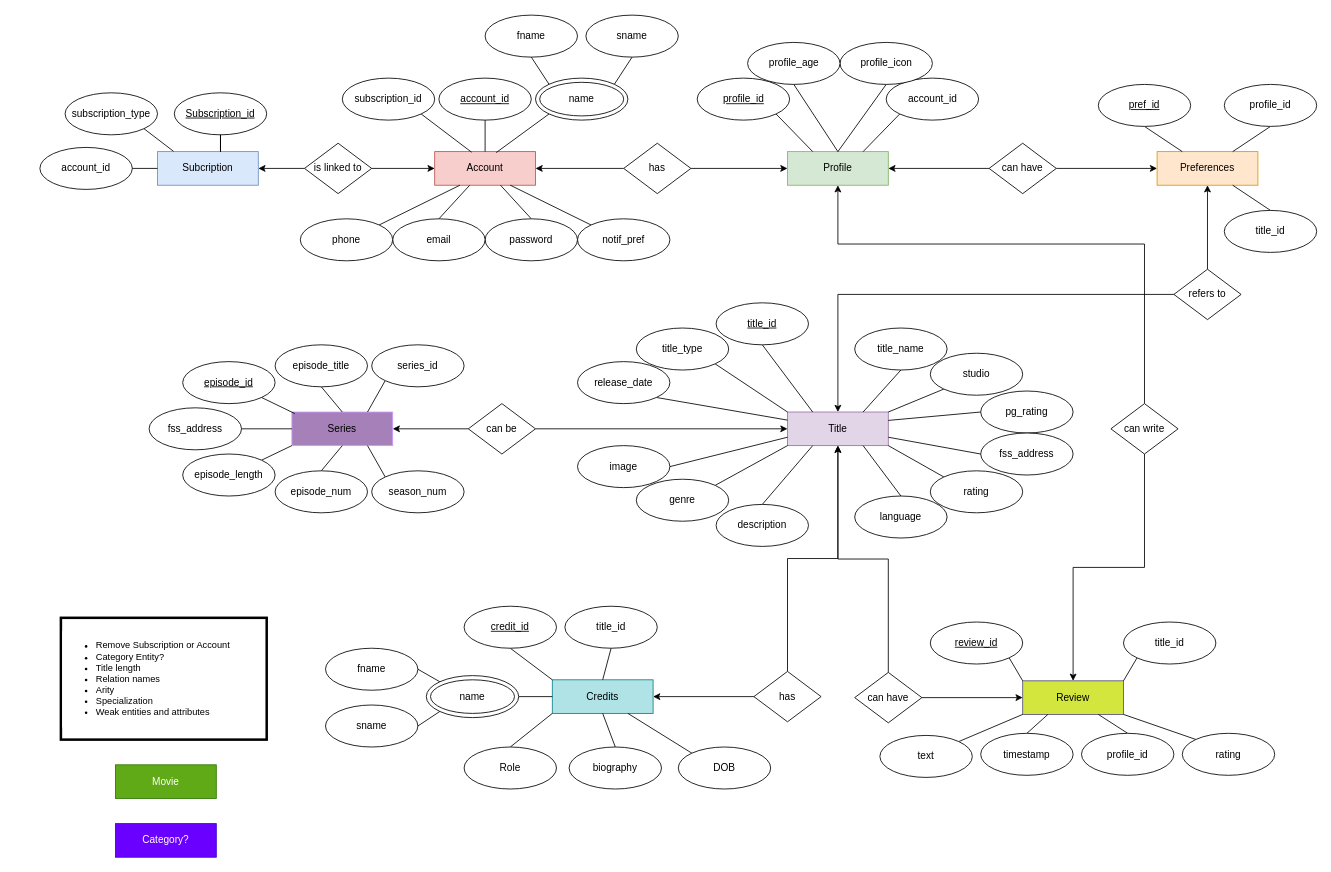
Earlier version of the draw.io diagram (E)ER/EER.drawio (DJRamsay/COS221-Hoop). Source tidied: cells renumbered, new cells numbered last; positions are measured from the earlier drawing's top-left corner, leaving out a move shared by most shapes. Both pictures are drawn from the tidied source at 84%, with x=0, y=0 at pixel (39, 15).
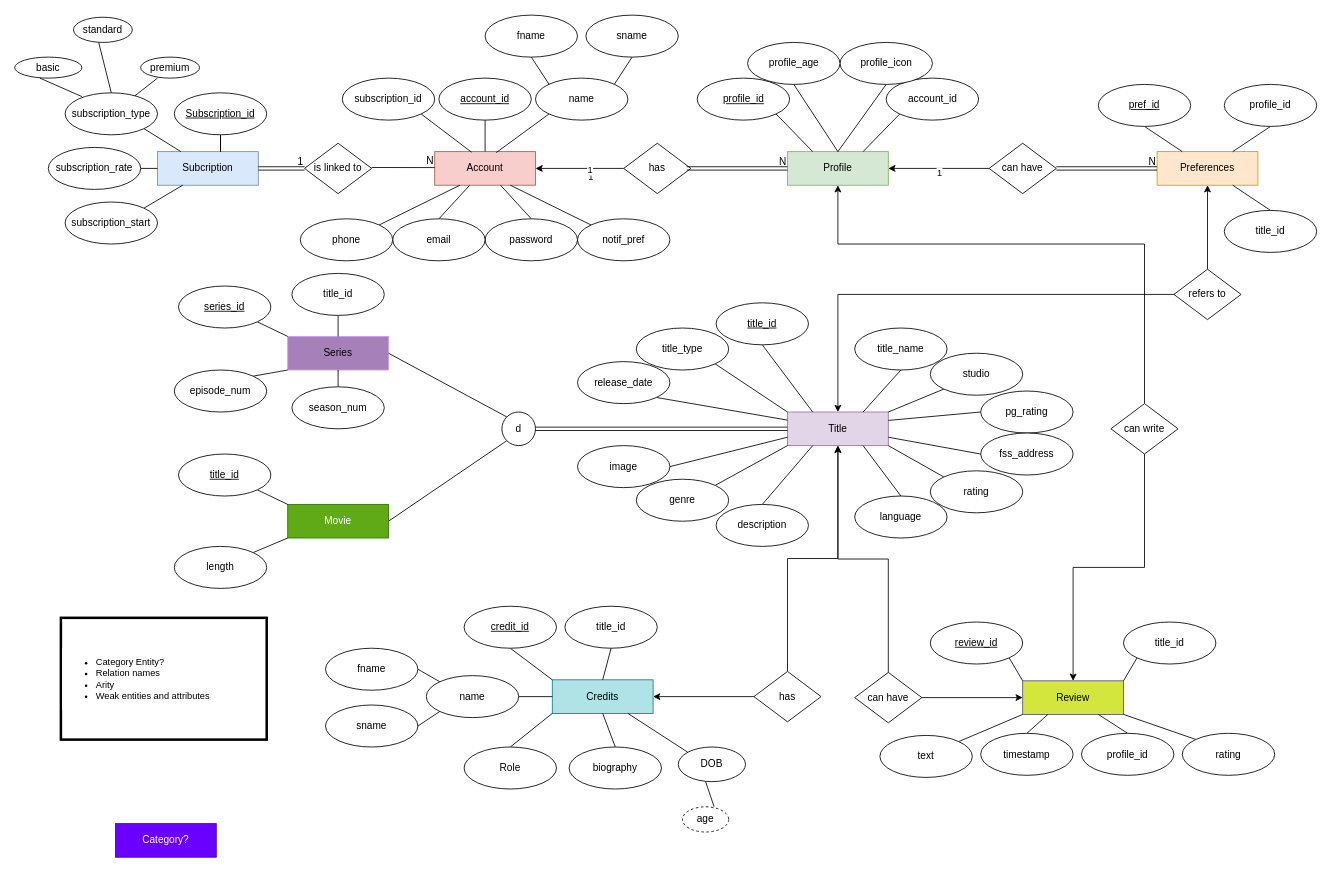
The same page after the edit.

The change refers to these unchanged cells:
```xml
<mxCell id="2" value="Subcription" style="rounded=0;whiteSpace=wrap;html=1;fillColor=#dae8fc;strokeColor=#6c8ebf;" parent="1" vertex="1">
  <mxGeometry x="140" y="162" width="120" height="40" as="geometry" />
</mxCell>
<mxCell id="3" value="Account" style="rounded=0;whiteSpace=wrap;html=1;fillColor=#f8cecc;strokeColor=#b85450;" parent="1" vertex="1">
  <mxGeometry x="470" y="162" width="120" height="40" as="geometry" />
</mxCell>
<mxCell id="4" value="Profile" style="whiteSpace=wrap;html=1;fillColor=#d5e8d4;strokeColor=#82b366;" parent="1" vertex="1">
  <mxGeometry x="890" y="162" width="120" height="40" as="geometry" />
</mxCell>
<mxCell id="5" value="Preferences" style="whiteSpace=wrap;html=1;fillColor=#ffe6cc;strokeColor=#d79b00;" parent="1" vertex="1">
  <mxGeometry x="1330" y="162" width="120" height="40" as="geometry" />
</mxCell>
<mxCell id="6" value="Title" style="whiteSpace=wrap;html=1;fillColor=#e1d5e7;strokeColor=#9673a6;" parent="1" vertex="1">
  <mxGeometry x="890" y="472" width="120" height="40" as="geometry" />
</mxCell>
<mxCell id="11" value="subscription_type" style="ellipse;whiteSpace=wrap;html=1;" parent="1" vertex="1">
  <mxGeometry x="30" y="92" width="110" height="50" as="geometry" />
</mxCell>
<mxCell id="99" value="is linked to" style="rhombus;whiteSpace=wrap;html=1;" parent="1" vertex="1">
  <mxGeometry x="315" y="152" width="80" height="60" as="geometry" />
</mxCell>
<mxCell id="100" style="edgeStyle=orthogonalEdgeStyle;rounded=0;jettySize=auto;html=1;" parent="1" edge="1" source="102" target="3">
  <mxGeometry relative="1" as="geometry" />
</mxCell>
<mxCell id="102" value="has" style="rhombus;whiteSpace=wrap;html=1;" parent="1" vertex="1">
  <mxGeometry x="695" y="152" width="80" height="60" as="geometry" />
</mxCell>
<mxCell id="104" style="edgeStyle=orthogonalEdgeStyle;rounded=0;jettySize=auto;html=1;" parent="1" edge="1" source="105" target="4">
  <mxGeometry relative="1" as="geometry" />
</mxCell>
<mxCell id="105" value="can have" style="rhombus;whiteSpace=wrap;html=1;" parent="1" vertex="1">
  <mxGeometry x="1130" y="152" width="80" height="60" as="geometry" />
</mxCell>
```

What changed in the source:
```diff
@@
+    <mxCell id="143" style="edgeStyle=none;rounded=0;jettySize=auto;html=1;exitX=1;exitY=0.5;exitDx=0;exitDy=0;entryX=0;entryY=1;entryDx=0;entryDy=0;strokeColor=default;align=center;verticalAlign=middle;fontFamily=Helvetica;fontSize=11;fontColor=default;labelBackgroundColor=default;endArrow=none;endFill=0;" parent="1" edge="1" source="7" target="149">
+      <mxGeometry relative="1" as="geometry" />
+    </mxCell>
     <mxCell id="7" value="Movie" style="whiteSpace=wrap;html=1;fillColor=#60a917;strokeColor=#2D7600;fontColor=#ffffff;" parent="1" vertex="1">
-      <mxGeometry x="90" y="892" width="120" height="40" as="geometry" />
+      <mxGeometry x="295" y="582" width="120" height="40" as="geometry" />
     </mxCell>
     <mxCell id="8" value="Series" style="whiteSpace=wrap;html=1;fillColor=#A680B8;strokeColor=#CC99FF;" parent="1" vertex="1">
-      <mxGeometry x="300" y="472" width="120" height="40" as="geometry" />
+      <mxGeometry x="295" y="382" width="120" height="40" as="geometry" />
     </mxCell>
@@
-    <mxCell id="10" value="account_id" style="ellipse;whiteSpace=wrap;html=1;" parent="1" vertex="1">
-      <mxGeometry y="157" width="110" height="50" as="geometry" />
-    </mxCell>
+    <mxCell id="137" style="edgeStyle=none;rounded=0;jettySize=auto;html=1;exitX=1;exitY=1;exitDx=0;exitDy=0;strokeColor=default;align=center;verticalAlign=middle;fontFamily=Helvetica;fontSize=11;fontColor=default;labelBackgroundColor=default;endArrow=none;endFill=0;" parent="1" edge="1" source="11" target="2">
+      <mxGeometry relative="1" as="geometry" />
+    </mxCell>
@@
-    <mxCell id="14" style="ellipse;whiteSpace=wrap;html=1;" parent="1" vertex="1">
+    <mxCell id="14" value="name" style="ellipse;whiteSpace=wrap;html=1;" parent="1" vertex="1">
       <mxGeometry x="590" y="74.5" width="110" height="50" as="geometry" />
     </mxCell>
-    <mxCell id="15" value="name" style="ellipse;whiteSpace=wrap;html=1;" parent="1" vertex="1">
-      <mxGeometry x="595" y="79.5" width="100" height="40" as="geometry" />
-    </mxCell>
@@
     <mxCell id="75" value="DOB" style="ellipse;whiteSpace=wrap;html=1;" parent="1" vertex="1">
-      <mxGeometry x="760" y="870.8" width="110" height="50" as="geometry" />
+      <mxGeometry x="760" y="870.8" width="80" height="41.2" as="geometry" />
     </mxCell>
@@
-    <mxCell id="77" style="ellipse;whiteSpace=wrap;html=1;" parent="1" vertex="1">
+    <mxCell id="77" value="name" style="ellipse;whiteSpace=wrap;html=1;" parent="1" vertex="1">
       <mxGeometry x="460" y="785.8" width="110" height="50" as="geometry" />
     </mxCell>
-    <mxCell id="78" value="name" style="ellipse;whiteSpace=wrap;html=1;" parent="1" vertex="1">
-      <mxGeometry x="465" y="790.8" width="100" height="40" as="geometry" />
-    </mxCell>
@@
-    <mxCell id="97" style="edgeStyle=orthogonalEdgeStyle;rounded=0;jettySize=auto;html=1;" parent="1" edge="1" source="99" target="3">
-      <mxGeometry relative="1" as="geometry" />
-    </mxCell>
-    <mxCell id="98" style="edgeStyle=orthogonalEdgeStyle;rounded=0;jettySize=auto;html=1;" parent="1" edge="1" source="99" target="2">
-      <mxGeometry relative="1" as="geometry" />
-    </mxCell>
@@
-    <mxCell id="101" style="edgeStyle=orthogonalEdgeStyle;rounded=0;jettySize=auto;html=1;" parent="1" edge="1" source="102" target="4">
-      <mxGeometry relative="1" as="geometry" />
-    </mxCell>
+    <mxCell id="144" value="1" style="edgeLabel;html=1;align=center;verticalAlign=middle;" parent="100" vertex="1">
+      <mxGeometry x="-0.24" y="9" relative="1" as="geometry" />
+    </mxCell>
+    <mxCell id="145" value="1" style="edgeLabel;html=1;align=center;verticalAlign=middle;" parent="100" vertex="1">
+      <mxGeometry x="-0.21" y="1" relative="1" as="geometry" />
+    </mxCell>
@@
-    <mxCell id="103" style="edgeStyle=orthogonalEdgeStyle;rounded=0;jettySize=auto;html=1;" parent="1" edge="1" source="105" target="5">
-      <mxGeometry relative="1" as="geometry" />
-    </mxCell>
@@
+    <mxCell id="146" value="1" style="edgeLabel;html=1;align=center;verticalAlign=middle;" parent="104" vertex="1">
+      <mxGeometry x="-0.02" y="5" relative="1" as="geometry">
+        <mxPoint x="-1" as="offset" />
+      </mxGeometry>
+    </mxCell>
@@
-    <mxCell id="115" style="edgeStyle=orthogonalEdgeStyle;rounded=0;jettySize=auto;html=1;entryX=0;entryY=0.5;entryDx=0;entryDy=0;" parent="1" edge="1" source="117" target="6">
-      <mxGeometry relative="1" as="geometry" />
-    </mxCell>
-    <mxCell id="116" style="edgeStyle=orthogonalEdgeStyle;rounded=0;jettySize=auto;html=1;" parent="1" edge="1" source="117" target="8">
-      <mxGeometry relative="1" as="geometry" />
-    </mxCell>
-    <mxCell id="117" value="can be" style="rhombus;whiteSpace=wrap;html=1;" parent="1" vertex="1">
-      <mxGeometry x="510" y="462" width="80" height="60" as="geometry" />
-    </mxCell>
-    <mxCell id="118" style="edgeStyle=none;rounded=0;jettySize=auto;html=1;exitX=0.5;exitY=1;exitDx=0;exitDy=0;entryX=0.5;entryY=0;entryDx=0;entryDy=0;strokeColor=default;align=center;verticalAlign=middle;fontFamily=Helvetica;fontSize=11;fontColor=default;labelBackgroundColor=default;endArrow=none;endFill=0;" parent="1" edge="1" source="119" target="8">
-      <mxGeometry relative="1" as="geometry" />
-    </mxCell>
-    <mxCell id="119" value="episode_title" style="ellipse;whiteSpace=wrap;html=1;" parent="1" vertex="1">
-      <mxGeometry x="280" y="392" width="110" height="50" as="geometry" />
-    </mxCell>
+    <mxCell id="141" style="edgeStyle=none;rounded=0;jettySize=auto;html=1;exitX=1;exitY=1;exitDx=0;exitDy=0;entryX=0;entryY=0;entryDx=0;entryDy=0;strokeColor=default;align=center;verticalAlign=middle;fontFamily=Helvetica;fontSize=11;fontColor=default;labelBackgroundColor=default;endArrow=none;endFill=0;" parent="1" edge="1" source="120" target="8">
+      <mxGeometry relative="1" as="geometry" />
+    </mxCell>
-    <mxCell id="120" value="&lt;u&gt;episode_id&lt;/u&gt;" style="ellipse;whiteSpace=wrap;html=1;" parent="1" vertex="1">
-      <mxGeometry x="170" y="412" width="110" height="50" as="geometry" />
+    <mxCell id="120" value="&lt;u&gt;series_id&lt;/u&gt;" style="ellipse;whiteSpace=wrap;html=1;" parent="1" vertex="1">
+      <mxGeometry x="165" y="322" width="110" height="50" as="geometry" />
     </mxCell>
-    <mxCell id="121" style="edgeStyle=none;rounded=0;jettySize=auto;html=1;exitX=1;exitY=0;exitDx=0;exitDy=0;entryX=0;entryY=1;entryDx=0;entryDy=0;strokeColor=default;align=center;verticalAlign=middle;fontFamily=Helvetica;fontSize=11;fontColor=default;labelBackgroundColor=default;endArrow=none;endFill=0;" parent="1" edge="1" source="122" target="8">
-      <mxGeometry relative="1" as="geometry" />
-    </mxCell>
-    <mxCell id="122" value="episode_length" style="ellipse;whiteSpace=wrap;html=1;" parent="1" vertex="1">
-      <mxGeometry x="170" y="522" width="110" height="50" as="geometry" />
-    </mxCell>
-    <mxCell id="123" style="edgeStyle=none;rounded=0;jettySize=auto;html=1;exitX=0;exitY=1;exitDx=0;exitDy=0;entryX=0.75;entryY=0;entryDx=0;entryDy=0;strokeColor=default;align=center;verticalAlign=middle;fontFamily=Helvetica;fontSize=11;fontColor=default;labelBackgroundColor=default;endArrow=none;endFill=0;" parent="1" edge="1" source="124" target="8">
+    <mxCell id="123" style="rounded=0;jettySize=auto;html=1;entryX=0.5;entryY=0;entryDx=0;entryDy=0;endArrow=none;endFill=0;" parent="1" edge="1" source="124" target="8">
       <mxGeometry relative="1" as="geometry" />
     </mxCell>
-    <mxCell id="124" value="series_id" style="ellipse;whiteSpace=wrap;html=1;" parent="1" vertex="1">
-      <mxGeometry x="395" y="392" width="110" height="50" as="geometry" />
+    <mxCell id="124" value="title_id" style="ellipse;whiteSpace=wrap;html=1;" parent="1" vertex="1">
+      <mxGeometry x="300" y="307" width="110" height="50" as="geometry" />
     </mxCell>
-    <mxCell id="125" style="edgeStyle=none;rounded=0;jettySize=auto;html=1;exitX=0;exitY=0;exitDx=0;exitDy=0;entryX=0.75;entryY=1;entryDx=0;entryDy=0;strokeColor=default;align=center;verticalAlign=middle;fontFamily=Helvetica;fontSize=11;fontColor=default;labelBackgroundColor=default;endArrow=none;endFill=0;" parent="1" edge="1" source="126" target="8">
+    <mxCell id="125" style="edgeStyle=none;rounded=0;jettySize=auto;html=1;strokeColor=default;align=center;verticalAlign=middle;fontFamily=Helvetica;fontSize=11;fontColor=default;labelBackgroundColor=default;endArrow=none;endFill=0;" parent="1" edge="1" source="126" target="8">
       <mxGeometry relative="1" as="geometry" />
     </mxCell>
     <mxCell id="126" value="season_num" style="ellipse;whiteSpace=wrap;html=1;" parent="1" vertex="1">
-      <mxGeometry x="395" y="542" width="110" height="50" as="geometry" />
+      <mxGeometry x="300" y="442" width="110" height="50" as="geometry" />
     </mxCell>
-    <mxCell id="127" style="edgeStyle=none;rounded=0;jettySize=auto;html=1;exitX=0.5;exitY=0;exitDx=0;exitDy=0;entryX=0.5;entryY=1;entryDx=0;entryDy=0;strokeColor=default;align=center;verticalAlign=middle;fontFamily=Helvetica;fontSize=11;fontColor=default;labelBackgroundColor=default;endArrow=none;endFill=0;" parent="1" edge="1" source="128" target="8">
+    <mxCell id="127" style="edgeStyle=none;rounded=0;jettySize=auto;html=1;exitX=1;exitY=0;exitDx=0;exitDy=0;entryX=0;entryY=1;entryDx=0;entryDy=0;strokeColor=default;align=center;verticalAlign=middle;fontFamily=Helvetica;fontSize=11;fontColor=default;labelBackgroundColor=default;endArrow=none;endFill=0;" parent="1" edge="1" source="128" target="8">
       <mxGeometry relative="1" as="geometry" />
     </mxCell>
     <mxCell id="128" value="episode_num" style="ellipse;whiteSpace=wrap;html=1;" parent="1" vertex="1">
-      <mxGeometry x="280" y="542" width="110" height="50" as="geometry" />
+      <mxGeometry x="160" y="422" width="110" height="50" as="geometry" />
     </mxCell>
@@
-    <mxCell id="131" style="edgeStyle=none;rounded=0;jettySize=auto;html=1;exitX=1;exitY=0.5;exitDx=0;exitDy=0;entryX=0;entryY=0.5;entryDx=0;entryDy=0;strokeColor=default;align=center;verticalAlign=middle;fontFamily=Helvetica;fontSize=11;fontColor=default;labelBackgroundColor=default;endArrow=none;endFill=0;" parent="1" edge="1" source="132" target="8">
-      <mxGeometry relative="1" as="geometry" />
-    </mxCell>
-    <mxCell id="132" value="fss_address" style="ellipse;whiteSpace=wrap;html=1;" parent="1" vertex="1">
-      <mxGeometry x="130" y="467" width="110" height="50" as="geometry" />
-    </mxCell>
@@
-    <mxCell id="136" style="endArrow=none;html=1;rounded=0;entryX=0;entryY=0.5;entryDx=0;entryDy=0;exitX=1;exitY=0.5;exitDx=0;exitDy=0;" parent="1" edge="1" source="10" target="2">
-      <mxGeometry relative="1" as="geometry" />
-    </mxCell>
-    <mxCell id="137" style="rounded=0;jettySize=auto;html=1;exitX=1;exitY=1;exitDx=0;exitDy=0;entryX=0.159;entryY=-0.009;entryDx=0;entryDy=0;entryPerimeter=0;endArrow=none;endFill=0;" parent="1" edge="1" source="11" target="2">
-      <mxGeometry relative="1" as="geometry" />
-    </mxCell>
@@
-    <mxCell id="141" style="edgeStyle=none;rounded=0;jettySize=auto;html=1;exitX=1;exitY=1;exitDx=0;exitDy=0;entryX=0.029;entryY=0.046;entryDx=0;entryDy=0;entryPerimeter=0;strokeColor=default;align=center;verticalAlign=middle;fontFamily=Helvetica;fontSize=11;fontColor=default;labelBackgroundColor=default;endArrow=none;endFill=0;" parent="1" edge="1" source="120" target="8">
-      <mxGeometry relative="1" as="geometry" />
-    </mxCell>
-    <mxCell id="142" value="&lt;ul&gt;&lt;li&gt;Remove Subscription or Account&lt;/li&gt;&lt;li&gt;Category Entity?&lt;/li&gt;&lt;li&gt;Title length&lt;/li&gt;&lt;li&gt;Relation names&lt;/li&gt;&lt;li&gt;Arity&lt;/li&gt;&lt;li&gt;Specialization&lt;/li&gt;&lt;li&gt;Weak entities and attributes&lt;/li&gt;&lt;/ul&gt;" style="whiteSpace=wrap;html=1;fontFamily=Helvetica;fontSize=11;fontColor=default;labelBackgroundColor=default;align=left;strokeWidth=3;" parent="1" vertex="1">
+    <mxCell id="142" value="&lt;ul&gt;&lt;li&gt;Category Entity?&lt;/li&gt;&lt;li&gt;Relation names&lt;/li&gt;&lt;li&gt;Arity&lt;/li&gt;&lt;li&gt;Weak entities and attributes&lt;/li&gt;&lt;/ul&gt;" style="whiteSpace=wrap;html=1;fontFamily=Helvetica;fontSize=11;fontColor=default;labelBackgroundColor=default;align=left;strokeWidth=3;" parent="1" vertex="1">
       <mxGeometry x="25" y="717" width="245" height="145" as="geometry" />
     </mxCell>
+    <mxCell id="147" style="rounded=0;jettySize=auto;html=1;entryX=0;entryY=0.5;entryDx=0;entryDy=0;shape=link;" parent="1" edge="1" source="149" target="6">
+      <mxGeometry relative="1" as="geometry" />
+    </mxCell>
+    <mxCell id="148" style="edgeStyle=none;rounded=0;jettySize=auto;html=1;exitX=0;exitY=0;exitDx=0;exitDy=0;entryX=1;entryY=0.5;entryDx=0;entryDy=0;strokeColor=default;align=center;verticalAlign=middle;fontFamily=Helvetica;fontSize=11;fontColor=default;labelBackgroundColor=default;endArrow=none;endFill=0;" parent="1" edge="1" source="149" target="8">
+      <mxGeometry relative="1" as="geometry" />
+    </mxCell>
+    <mxCell id="149" value="d" style="ellipse;whiteSpace=wrap;html=1;" parent="1" vertex="1">
+      <mxGeometry x="550" y="472" width="40" height="40" as="geometry" />
+    </mxCell>
+    <mxCell id="150" style="edgeStyle=none;rounded=0;jettySize=auto;html=1;exitX=1;exitY=1;exitDx=0;exitDy=0;entryX=0;entryY=0;entryDx=0;entryDy=0;strokeColor=default;align=center;verticalAlign=middle;fontFamily=Helvetica;fontSize=11;fontColor=default;labelBackgroundColor=default;endArrow=none;endFill=0;" parent="1" edge="1" source="151" target="7">
+      <mxGeometry relative="1" as="geometry" />
+    </mxCell>
+    <mxCell id="151" value="&lt;u&gt;title_id&lt;/u&gt;" style="ellipse;whiteSpace=wrap;html=1;" parent="1" vertex="1">
+      <mxGeometry x="165" y="522" width="110" height="50" as="geometry" />
+    </mxCell>
+    <mxCell id="152" style="edgeStyle=none;rounded=0;jettySize=auto;html=1;exitX=1;exitY=0;exitDx=0;exitDy=0;entryX=0;entryY=1;entryDx=0;entryDy=0;strokeColor=default;align=center;verticalAlign=middle;fontFamily=Helvetica;fontSize=11;fontColor=default;labelBackgroundColor=default;endArrow=none;endFill=0;" parent="1" edge="1" source="153" target="7">
+      <mxGeometry relative="1" as="geometry" />
+    </mxCell>
+    <mxCell id="153" value="length" style="ellipse;whiteSpace=wrap;html=1;" parent="1" vertex="1">
+      <mxGeometry x="160" y="632" width="110" height="50" as="geometry" />
+    </mxCell>
+    <mxCell id="154" style="edgeStyle=none;rounded=0;jettySize=auto;html=1;strokeColor=default;align=center;verticalAlign=middle;fontFamily=Helvetica;fontSize=11;fontColor=default;labelBackgroundColor=default;endArrow=none;endFill=0;" parent="1" edge="1" source="155" target="2">
+      <mxGeometry relative="1" as="geometry" />
+    </mxCell>
+    <mxCell id="155" value="subscription_rate" style="ellipse;whiteSpace=wrap;html=1;" parent="1" vertex="1">
+      <mxGeometry x="10" y="157" width="110" height="50" as="geometry" />
+    </mxCell>
+    <mxCell id="156" style="edgeStyle=none;rounded=0;jettySize=auto;html=1;exitX=1;exitY=0;exitDx=0;exitDy=0;entryX=0.25;entryY=1;entryDx=0;entryDy=0;strokeColor=default;align=center;verticalAlign=middle;fontFamily=Helvetica;fontSize=11;fontColor=default;labelBackgroundColor=default;endArrow=none;endFill=0;" parent="1" edge="1" source="157" target="2">
+      <mxGeometry relative="1" as="geometry" />
+    </mxCell>
+    <mxCell id="157" value="subscription_start" style="ellipse;whiteSpace=wrap;html=1;" parent="1" vertex="1">
+      <mxGeometry x="30" y="222" width="110" height="50" as="geometry" />
+    </mxCell>
+    <mxCell id="158" value="premium" style="ellipse;whiteSpace=wrap;html=1;align=center;" parent="1" vertex="1">
+      <mxGeometry x="120" y="49.5" width="70" height="25" as="geometry" />
+    </mxCell>
+    <mxCell id="159" value="basic" style="ellipse;whiteSpace=wrap;html=1;align=center;" parent="1" vertex="1">
+      <mxGeometry x="-30" y="49.5" width="80" height="25" as="geometry" />
+    </mxCell>
+    <mxCell id="160" value="standard" style="ellipse;whiteSpace=wrap;html=1;align=center;" parent="1" vertex="1">
+      <mxGeometry x="40" y="2" width="70" height="30" as="geometry" />
+    </mxCell>
+    <mxCell id="161" style="endArrow=none;html=1;rounded=0;entryX=0.182;entryY=0.09;entryDx=0;entryDy=0;entryPerimeter=0;" parent="1" edge="1" target="11">
+      <mxGeometry relative="1" as="geometry">
+        <mxPoint y="74.5" as="sourcePoint" />
+      </mxGeometry>
+    </mxCell>
+    <mxCell id="162" style="endArrow=none;html=1;rounded=0;entryX=0.5;entryY=0;entryDx=0;entryDy=0;" parent="1" edge="1" target="11">
+      <mxGeometry relative="1" as="geometry">
+        <mxPoint x="70" y="32" as="sourcePoint" />
+      </mxGeometry>
+    </mxCell>
+    <mxCell id="163" style="endArrow=none;html=1;rounded=0;" parent="1" edge="1" target="11">
+      <mxGeometry relative="1" as="geometry">
+        <mxPoint x="140" y="74.5" as="sourcePoint" />
+      </mxGeometry>
+    </mxCell>
+    <mxCell id="164" style="shape=link;html=1;rounded=0;entryX=0;entryY=0.5;entryDx=0;entryDy=0;" parent="1" edge="1" target="99">
+      <mxGeometry relative="1" as="geometry">
+        <mxPoint x="260" y="182" as="sourcePoint" />
+      </mxGeometry>
+    </mxCell>
+    <mxCell id="165" value="1" style="html=1;whiteSpace=wrap;align=right;verticalAlign=bottom;" parent="164" vertex="1">
+      <mxGeometry x="1" relative="1" as="geometry" />
+    </mxCell>
+    <mxCell id="166" style="shape=link;html=1;rounded=0;entryX=0;entryY=0.5;entryDx=0;entryDy=0;" parent="1" edge="1" target="4">
+      <mxGeometry relative="1" as="geometry">
+        <mxPoint x="770" y="182" as="sourcePoint" />
+      </mxGeometry>
+    </mxCell>
+    <mxCell id="167" value="N" style="html=1;whiteSpace=wrap;align=right;verticalAlign=bottom;" parent="166" vertex="1">
+      <mxGeometry x="1" relative="1" as="geometry" />
+    </mxCell>
+    <mxCell id="168" style="shape=link;html=1;rounded=0;" parent="1" edge="1">
+      <mxGeometry relative="1" as="geometry">
+        <mxPoint x="1210" y="182" as="sourcePoint" />
+        <mxPoint x="1330" y="182" as="targetPoint" />
+      </mxGeometry>
+    </mxCell>
+    <mxCell id="169" value="N" style="html=1;whiteSpace=wrap;align=right;verticalAlign=bottom;" parent="168" vertex="1">
+      <mxGeometry x="1" relative="1" as="geometry" />
+    </mxCell>
+    <mxCell id="170" style="endArrow=none;html=1;rounded=0;" parent="1" edge="1">
+      <mxGeometry relative="1" as="geometry">
+        <mxPoint x="395" y="180.9" as="sourcePoint" />
+        <mxPoint x="470" y="181" as="targetPoint" />
+      </mxGeometry>
+    </mxCell>
+    <mxCell id="171" value="N" style="html=1;whiteSpace=wrap;align=right;verticalAlign=bottom;" parent="170" vertex="1">
+      <mxGeometry x="1" relative="1" as="geometry" />
+    </mxCell>
+    <mxCell id="172" value="age" style="ellipse;whiteSpace=wrap;html=1;align=center;dashed=1;" parent="1" vertex="1">
+      <mxGeometry x="765" y="942" width="55" height="30" as="geometry" />
+    </mxCell>
+    <mxCell id="173" style="endArrow=none;html=1;rounded=0;entryX=0.684;entryY=-0.003;entryDx=0;entryDy=0;entryPerimeter=0;" parent="1" edge="1" target="172">
+      <mxGeometry relative="1" as="geometry">
+        <mxPoint x="792.5" y="912" as="sourcePoint" />
+      </mxGeometry>
+    </mxCell>
```
